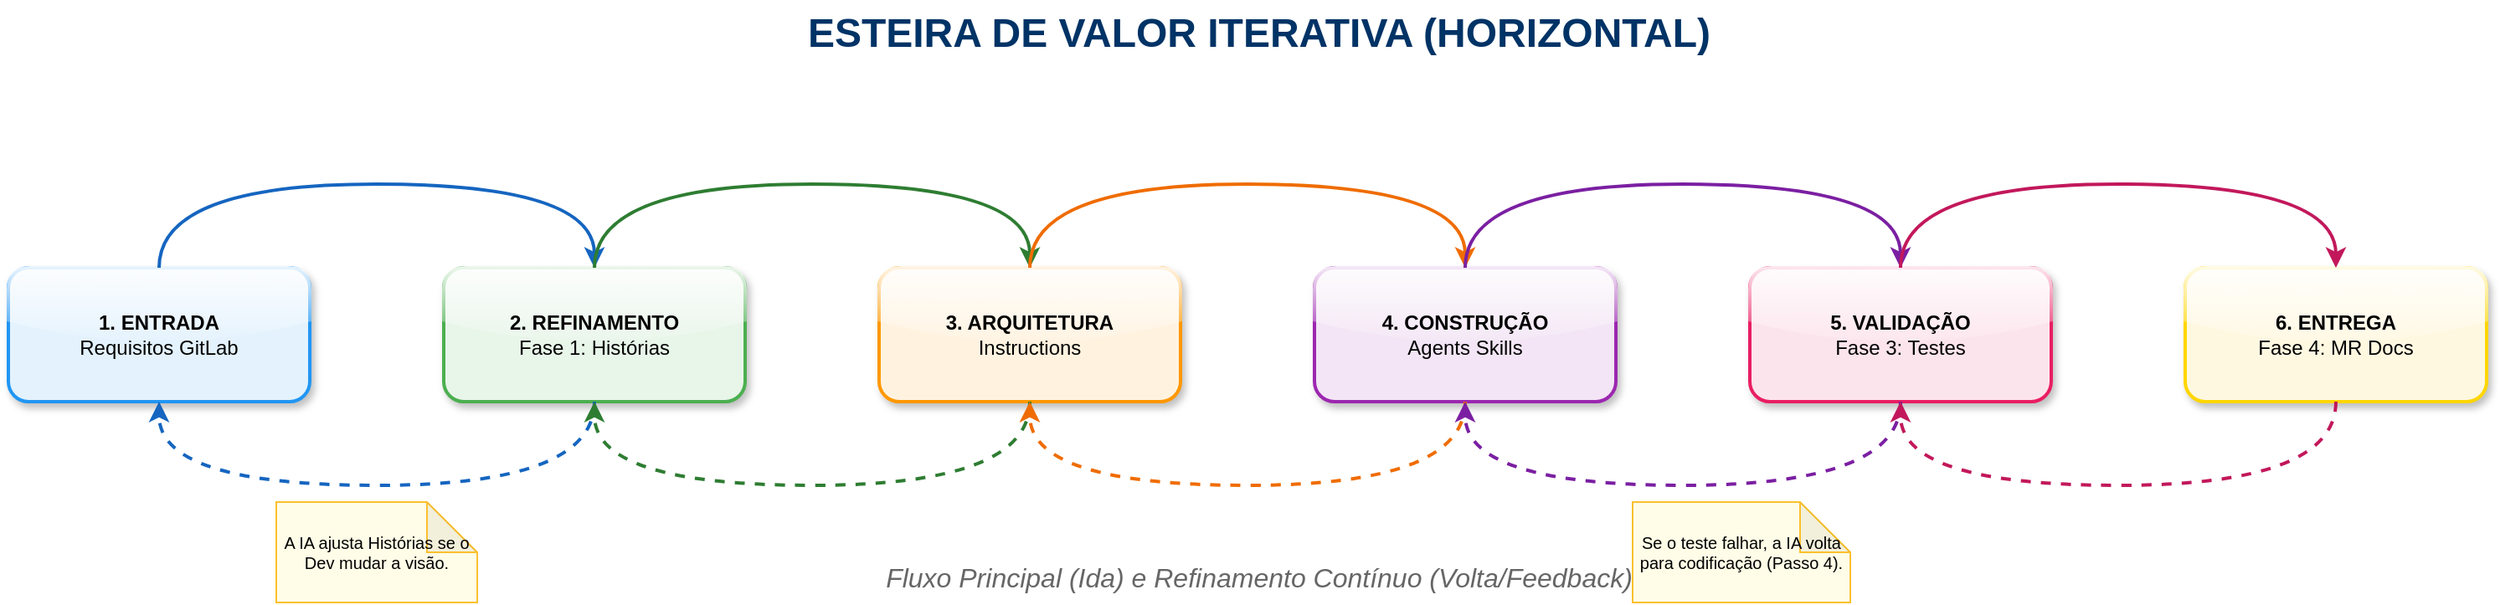
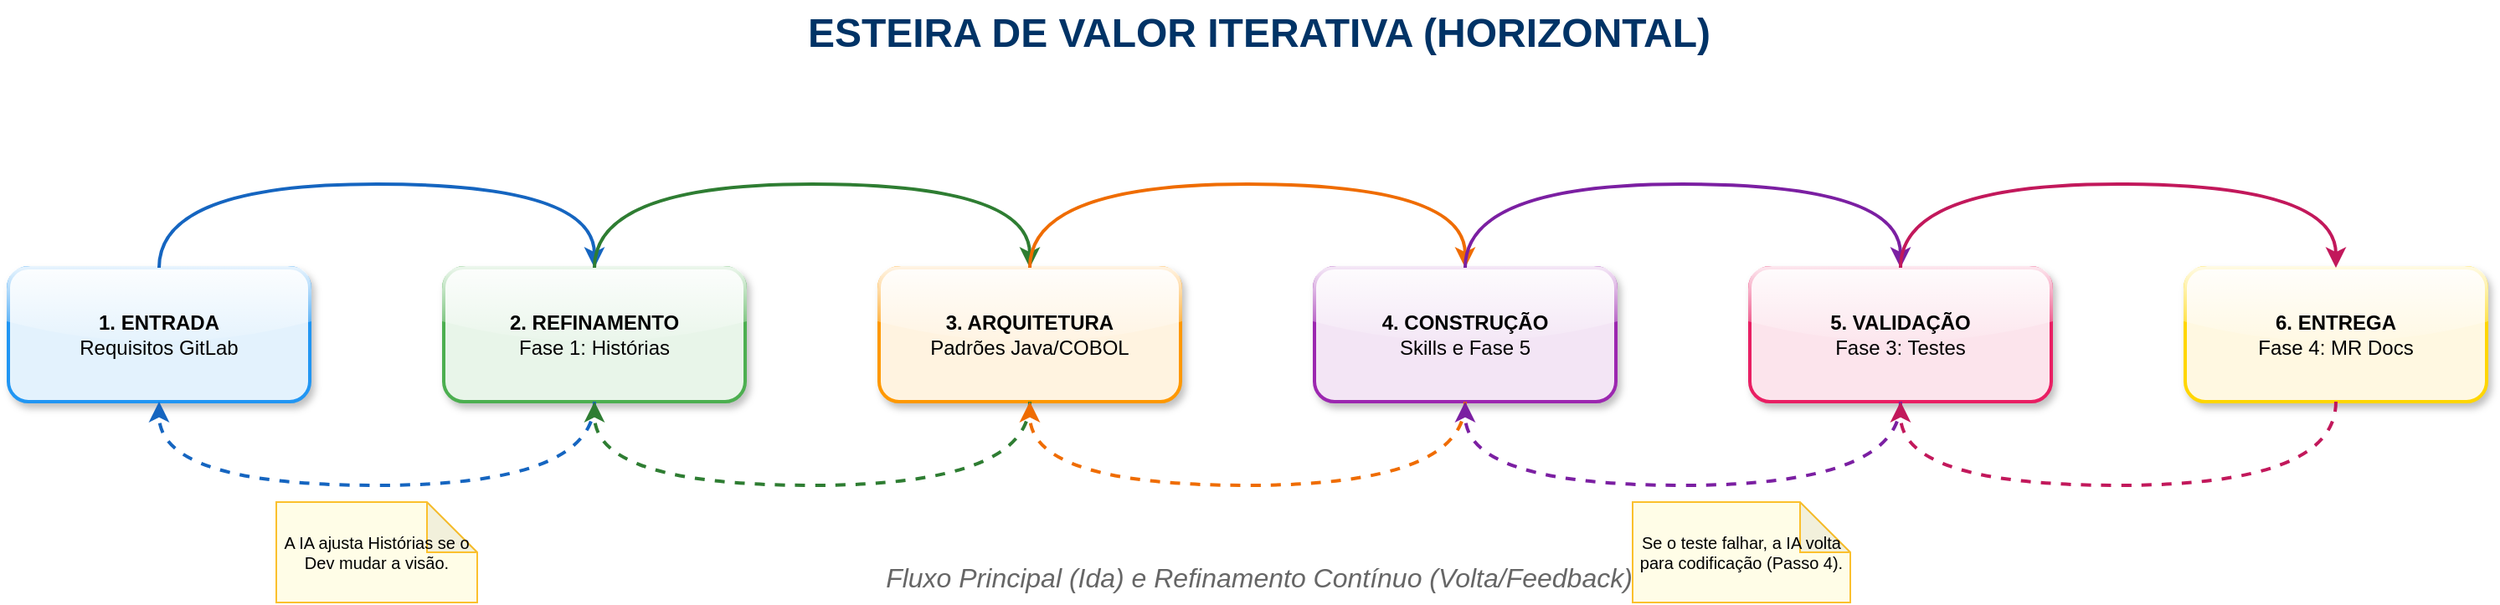
<mxfile host="Electron" version="21.6.8" type="device">
  <diagram id="fluxo-horizontal" name="Esteira Horizontal Iterativa">
    <mxGraphModel dx="1422" dy="794" grid="1" gridSize="10" guides="1" tooltips="1" connect="1" arrows="1" fold="1" page="1" pageScale="1" pageWidth="1654" pageHeight="1169" math="0" shadow="0">
      <root>
        <mxCell id="0" />
        <mxCell id="1" parent="0" />

        <!-- Título -->
        <mxCell id="title" value="ESTEIRA DE VALOR ITERATIVA (HORIZONTAL)" style="text;html=1;strokeColor=none;fillColor=none;align=center;verticalAlign=middle;whiteSpace=wrap;rounded=0;fontSize=24;fontStyle=1;fontColor=#003366;" vertex="1" parent="1">
          <mxGeometry x="527" y="40" width="600" height="40" as="geometry" />
        </mxCell>

        <!-- Passo 1: DEV -->
        <mxCell id="step1" value="&lt;b&gt;1. ENTRADA&lt;/b&gt;&lt;br&gt;Requisitos GitLab" style="rounded=1;whiteSpace=wrap;html=1;fillColor=#E3F2FD;strokeColor=#2196F3;strokeWidth=2;shadow=1;glass=1;" vertex="1" parent="1">
          <mxGeometry x="80" y="200" width="180" height="80" as="geometry" />
        </mxCell>

        <!-- Passo 2: Refinamento -->
        <mxCell id="step2" value="&lt;b&gt;2. REFINAMENTO&lt;/b&gt;&lt;br&gt;Fase 1: Histórias" style="rounded=1;whiteSpace=wrap;html=1;fillColor=#E8F5E9;strokeColor=#4CAF50;strokeWidth=2;shadow=1;glass=1;" vertex="1" parent="1">
          <mxGeometry x="340" y="200" width="180" height="80" as="geometry" />
        </mxCell>

        <!-- Passo 3: Arquitetura -->
-         <mxCell id="step3" value="&lt;b&gt;3. ARQUITETURA&lt;/b&gt;&lt;br&gt;Instructions" style="rounded=1;whiteSpace=wrap;html=1;fillColor=#FFF3E0;strokeColor=#FF9800;strokeWidth=2;shadow=1;glass=1;" vertex="1" parent="1">
+         <mxCell id="step3" value="&lt;b&gt;3. ARQUITETURA&lt;/b&gt;&lt;br&gt;Padrões Java/COBOL" style="rounded=1;whiteSpace=wrap;html=1;fillColor=#FFF3E0;strokeColor=#FF9800;strokeWidth=2;shadow=1;glass=1;" vertex="1" parent="1">
          <mxGeometry x="600" y="200" width="180" height="80" as="geometry" />
        </mxCell>

        <!-- Passo 4: Construção -->
-         <mxCell id="step4" value="&lt;b&gt;4. CONSTRUÇÃO&lt;/b&gt;&lt;br&gt;Agents Skills" style="rounded=1;whiteSpace=wrap;html=1;fillColor=#F3E5F5;strokeColor=#9C27B0;strokeWidth=2;shadow=1;glass=1;" vertex="1" parent="1">
+         <mxCell id="step4" value="&lt;b&gt;4. CONSTRUÇÃO&lt;/b&gt;&lt;br&gt;Skills e Fase 5" style="rounded=1;whiteSpace=wrap;html=1;fillColor=#F3E5F5;strokeColor=#9C27B0;strokeWidth=2;shadow=1;glass=1;" vertex="1" parent="1">
          <mxGeometry x="860" y="200" width="180" height="80" as="geometry" />
        </mxCell>

        <!-- Passo 5: Validação -->
        <mxCell id="step5" value="&lt;b&gt;5. VALIDAÇÃO&lt;/b&gt;&lt;br&gt;Fase 3: Testes" style="rounded=1;whiteSpace=wrap;html=1;fillColor=#FCE4EC;strokeColor=#E91E63;strokeWidth=2;shadow=1;glass=1;" vertex="1" parent="1">
          <mxGeometry x="1120" y="200" width="180" height="80" as="geometry" />
        </mxCell>

        <!-- Passo 6: Entrega -->
        <mxCell id="step6" value="&lt;b&gt;6. ENTREGA&lt;/b&gt;&lt;br&gt;Fase 4: MR Docs" style="rounded=1;whiteSpace=wrap;html=1;fillColor=#FFF8E1;strokeColor=#FFD600;strokeWidth=2;shadow=1;glass=1;" vertex="1" parent="1">
          <mxGeometry x="1380" y="200" width="180" height="80" as="geometry" />
        </mxCell>

        <!-- Setas de Ida (Superiores) -->
        <mxCell id="f1" edge="1" parent="1" source="step1" target="step2" style="edgeStyle=orthogonalEdgeStyle;rounded=1;orthogonalLoop=1;jettySize=auto;html=1;strokeWidth=2;strokeColor=#1565C0;curved=1;">
          <mxGeometry relative="1" as="geometry">
            <Array as="points">
              <mxPoint x="170" y="150" />
              <mxPoint x="430" y="150" />
            </Array>
          </mxGeometry>
        </mxCell>
        <mxCell id="f2" edge="1" parent="1" source="step2" target="step3" style="edgeStyle=orthogonalEdgeStyle;rounded=1;orthogonalLoop=1;jettySize=auto;html=1;strokeWidth=2;strokeColor=#2E7D32;curved=1;">
          <mxGeometry relative="1" as="geometry">
            <Array as="points">
              <mxPoint x="430" y="150" />
              <mxPoint x="690" y="150" />
            </Array>
          </mxGeometry>
        </mxCell>
        <mxCell id="f3" edge="1" parent="1" source="step3" target="step4" style="edgeStyle=orthogonalEdgeStyle;rounded=1;orthogonalLoop=1;jettySize=auto;html=1;strokeWidth=2;strokeColor=#EF6C00;curved=1;">
          <mxGeometry relative="1" as="geometry">
            <Array as="points">
              <mxPoint x="690" y="150" />
              <mxPoint x="950" y="150" />
            </Array>
          </mxGeometry>
        </mxCell>
        <mxCell id="f4" edge="1" parent="1" source="step4" target="step5" style="edgeStyle=orthogonalEdgeStyle;rounded=1;orthogonalLoop=1;jettySize=auto;html=1;strokeWidth=2;strokeColor=#7B1FA2;curved=1;">
          <mxGeometry relative="1" as="geometry">
            <Array as="points">
              <mxPoint x="950" y="150" />
              <mxPoint x="1210" y="150" />
            </Array>
          </mxGeometry>
        </mxCell>
        <mxCell id="f5" edge="1" parent="1" source="step5" target="step6" style="edgeStyle=orthogonalEdgeStyle;rounded=1;orthogonalLoop=1;jettySize=auto;html=1;strokeWidth=2;strokeColor=#C2185B;curved=1;">
          <mxGeometry relative="1" as="geometry">
            <Array as="points">
              <mxPoint x="1210" y="150" />
              <mxPoint x="1470" y="150" />
            </Array>
          </mxGeometry>
        </mxCell>

        <!-- Setas de Volta (Inferiores) -->
        <mxCell id="b1" edge="1" parent="1" source="step2" target="step1" style="edgeStyle=orthogonalEdgeStyle;rounded=1;orthogonalLoop=1;jettySize=auto;html=1;strokeWidth=2;strokeColor=#1565C0;dashed=1;curved=1;">
          <mxGeometry relative="1" as="geometry">
            <Array as="points">
              <mxPoint x="430" y="330" />
              <mxPoint x="170" y="330" />
            </Array>
          </mxGeometry>
        </mxCell>
        <mxCell id="b2" edge="1" parent="1" source="step3" target="step2" style="edgeStyle=orthogonalEdgeStyle;rounded=1;orthogonalLoop=1;jettySize=auto;html=1;strokeWidth=2;strokeColor=#2E7D32;dashed=1;curved=1;">
          <mxGeometry relative="1" as="geometry">
            <Array as="points">
              <mxPoint x="690" y="330" />
              <mxPoint x="430" y="330" />
            </Array>
          </mxGeometry>
        </mxCell>
        <mxCell id="b3" edge="1" parent="1" source="step4" target="step3" style="edgeStyle=orthogonalEdgeStyle;rounded=1;orthogonalLoop=1;jettySize=auto;html=1;strokeWidth=2;strokeColor=#EF6C00;dashed=1;curved=1;">
          <mxGeometry relative="1" as="geometry">
            <Array as="points">
              <mxPoint x="950" y="330" />
              <mxPoint x="690" y="330" />
            </Array>
          </mxGeometry>
        </mxCell>
        <mxCell id="b4" edge="1" parent="1" source="step5" target="step4" style="edgeStyle=orthogonalEdgeStyle;rounded=1;orthogonalLoop=1;jettySize=auto;html=1;strokeWidth=2;strokeColor=#7B1FA2;dashed=1;curved=1;">
          <mxGeometry relative="1" as="geometry">
            <Array as="points">
              <mxPoint x="1210" y="330" />
              <mxPoint x="950" y="330" />
            </Array>
          </mxGeometry>
        </mxCell>
        <mxCell id="b5" edge="1" parent="1" source="step6" target="step5" style="edgeStyle=orthogonalEdgeStyle;rounded=1;orthogonalLoop=1;jettySize=auto;html=1;strokeWidth=2;strokeColor=#C2185B;dashed=1;curved=1;">
          <mxGeometry relative="1" as="geometry">
            <Array as="points">
              <mxPoint x="1470" y="330" />
              <mxPoint x="1210" y="330" />
            </Array>
          </mxGeometry>
        </mxCell>

        <!-- Legenda Iterativa -->
        <mxCell id="info" value="Fluxo Principal (Ida) e Refinamento Contínuo (Volta/Feedback)" style="text;html=1;strokeColor=none;fillColor=none;align=center;verticalAlign=middle;whiteSpace=wrap;rounded=0;fontSize=16;fontStyle=2;fontColor=#666666;" vertex="1" parent="1">
          <mxGeometry x="587" y="370" width="480" height="30" as="geometry" />
        </mxCell>

        <!-- Notas Rápidas -->
        <mxCell id="note1" value="A IA ajusta Histórias se o Dev mudar a visão." style="shape=note;whiteSpace=wrap;html=1;backgroundOutline=1;darkOpacity=0.05;fillColor=#FFFDE7;strokeColor=#FBC02D;fontSize=10;" vertex="1" parent="1">
          <mxGeometry x="240" y="340" width="120" height="60" as="geometry" />
        </mxCell>
        <mxCell id="note2" value="Se o teste falhar, a IA volta para codificação (Passo 4)." style="shape=note;whiteSpace=wrap;html=1;backgroundOutline=1;darkOpacity=0.05;fillColor=#FFFDE7;strokeColor=#FBC02D;fontSize=10;" vertex="1" parent="1">
          <mxGeometry x="1050" y="340" width="130" height="60" as="geometry" />
        </mxCell>

      </root>
    </mxGraphModel>
  </diagram>
</mxfile>
